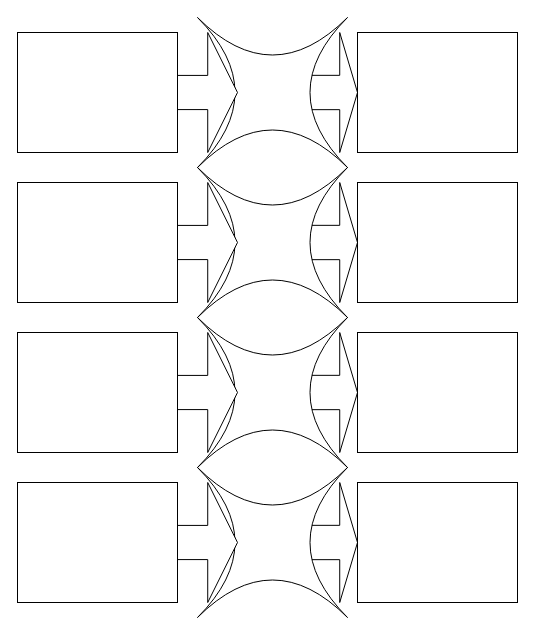
Above: causeeffect.drawio in mechanikate/diagrams (draw.io), before the change. Source tidied: cells renumbered, new cells numbered last; positions are measured from the earlier drawing's top-left corner, leaving out a move shared by most shapes. Both pictures are drawn from the tidied source at 100%, with x=0, y=0 at pixel (17, 17).
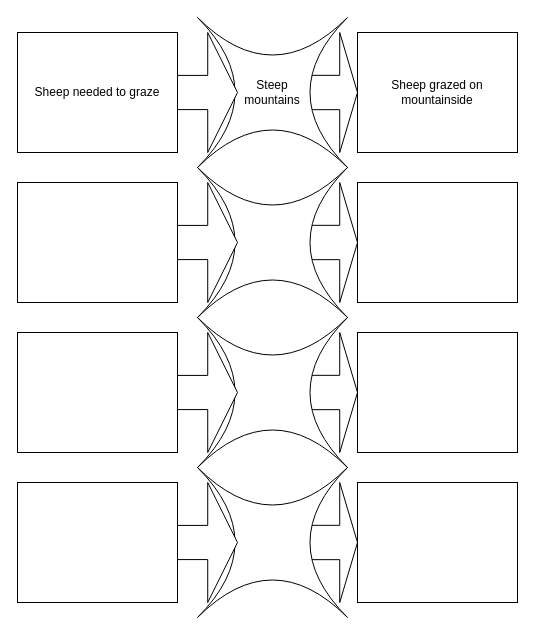
After the change.

Diff of the diagram source:
```diff
@@
-    <mxCell id="3" style="shape=switch;whiteSpace=wrap;html=1;" parent="1" vertex="1">
+    <mxCell id="3" value="Steep &lt;br&gt;mountains" style="shape=switch;whiteSpace=wrap;html=1;" parent="1" vertex="1">
       <mxGeometry x="180" width="150" height="150" as="geometry" />
     </mxCell>
@@
-    <mxCell id="5" style="rounded=0;whiteSpace=wrap;html=1;" parent="1" vertex="1">
+    <mxCell id="5" value="Sheep needed to graze" style="rounded=0;whiteSpace=wrap;html=1;" parent="1" vertex="1">
       <mxGeometry y="15" width="160" height="120" as="geometry" />
     </mxCell>
-    <mxCell id="6" style="rounded=0;whiteSpace=wrap;html=1;" parent="1" vertex="1">
+    <mxCell id="6" value="Sheep grazed on mountainside" style="rounded=0;whiteSpace=wrap;html=1;" parent="1" vertex="1">
       <mxGeometry x="340" y="15" width="160" height="120" as="geometry" />
     </mxCell>
```
